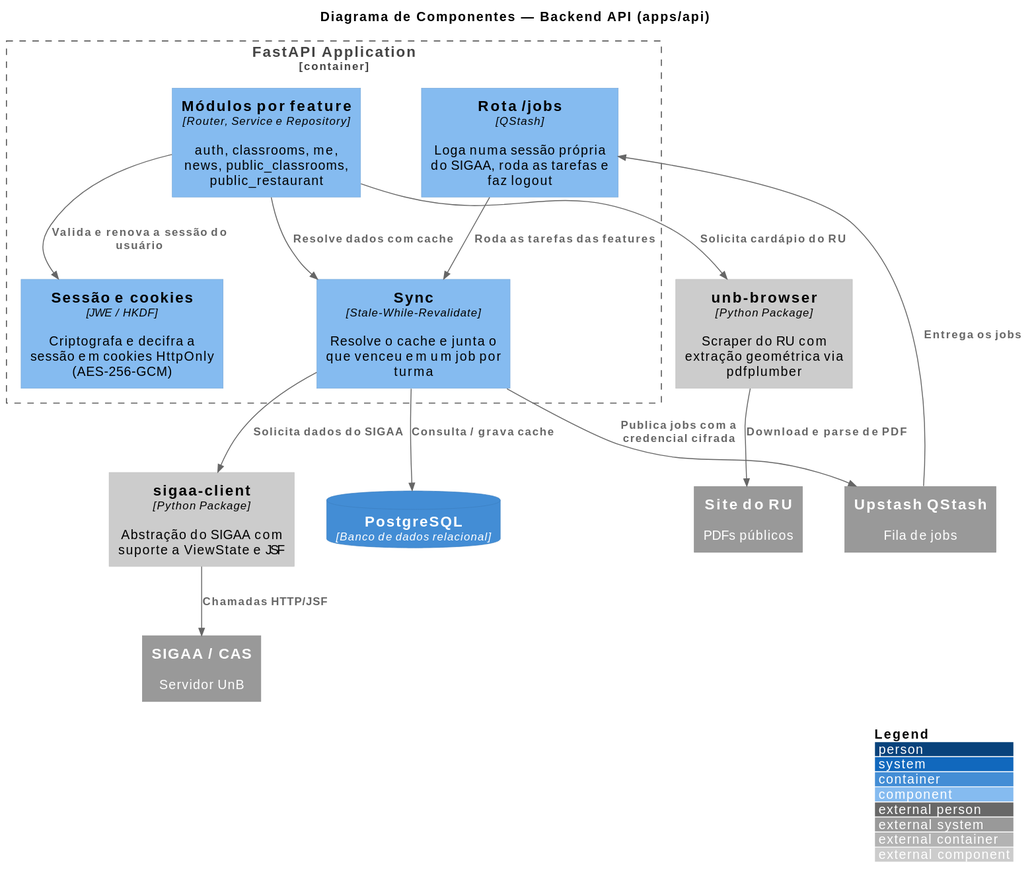
Above: docs/assets/components_backend.svg in unb-mds/2026-2-Followw (PlantUML), before the change.
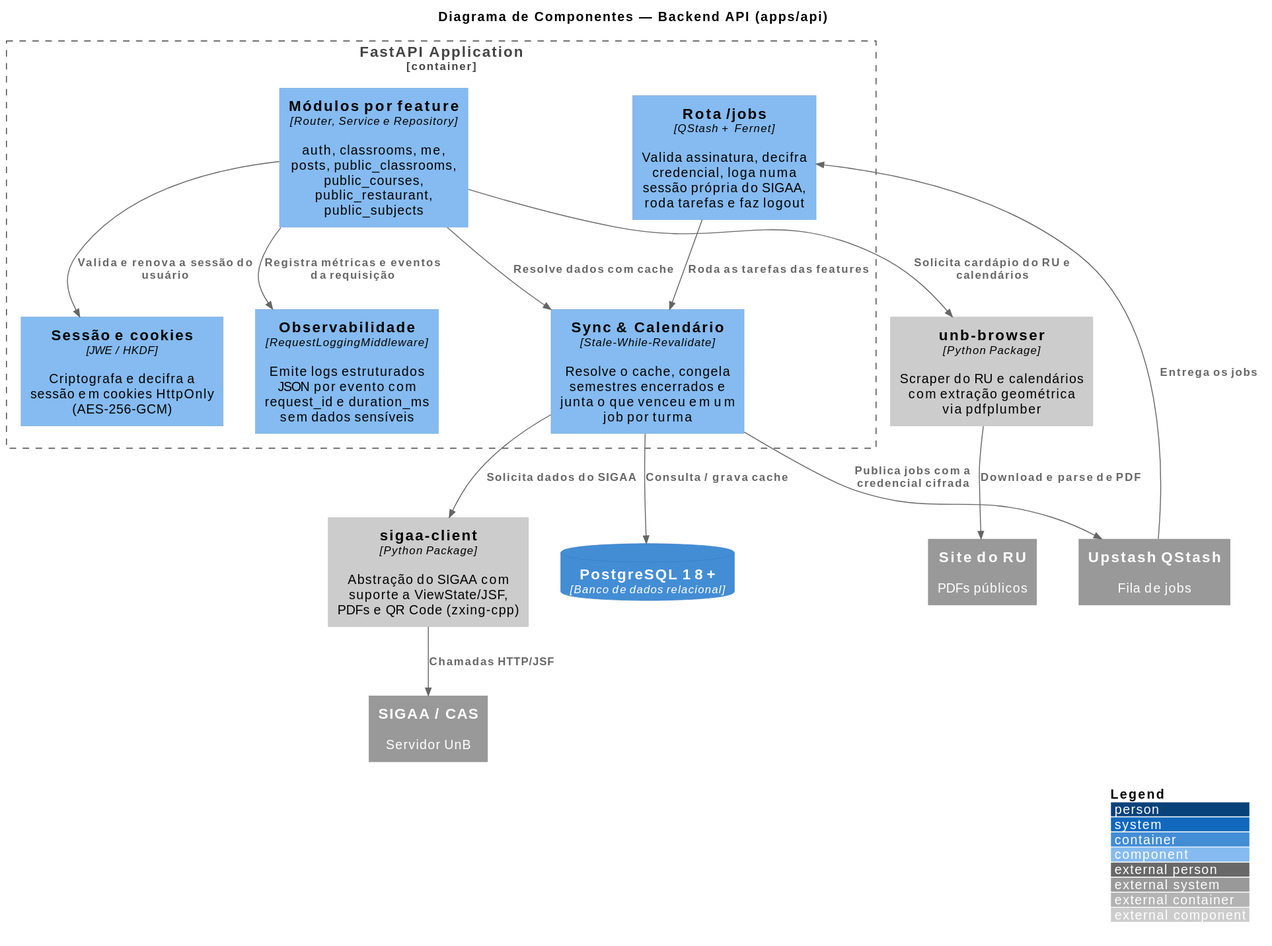
After the commit.

Diff of the diagram source:
```diff
@@ -6,28 +6,30 @@
 title Diagrama de Componentes — Backend API (apps/api)
 
 Container_Boundary(api_boundary, "FastAPI Application") {
-    Component(modules, "Módulos por feature", "Router, Service e Repository", "auth, classrooms, me, news, public_classrooms, public_restaurant")
+    Component(modules, "Módulos por feature", "Router, Service e Repository", "auth, classrooms, me, posts, public_classrooms, public_courses, public_restaurant, public_subjects")
     Component(session, "Sessão e cookies", "JWE / HKDF", "Criptografa e decifra a sessão em cookies HttpOnly (AES-256-GCM)")
-    Component(sync, "Sync", "Stale-While-Revalidate", "Resolve o cache e junta o que venceu em um job por turma")
-    Component(jobs, "Rota /jobs", "QStash", "Loga numa sessão própria do SIGAA, roda as tarefas e faz logout")
+    Component(sync, "Sync & Calendário", "Stale-While-Revalidate", "Resolve o cache, congela semestres encerrados e junta o que venceu em um job por turma")
+    Component(jobs, "Rota /jobs", "QStash + Fernet", "Valida assinatura, decifra credencial, loga numa sessão própria do SIGAA, roda tarefas e faz logout")
+    Component(logger, "Observabilidade", "RequestLoggingMiddleware", "Emite logs estruturados JSON por evento com request_id e duration_ms sem dados sensíveis")
 }
 
-Component_Ext(sigaa_client, "sigaa-client", "Python Package", "Abstração do SIGAA com suporte a ViewState e JSF")
-Component_Ext(unb_browser, "unb-browser", "Python Package", "Scraper do RU com extração geométrica via pdfplumber")
+Component_Ext(sigaa_client, "sigaa-client", "Python Package", "Abstração do SIGAA com suporte a ViewState/JSF, PDFs e QR Code (zxing-cpp)")
+Component_Ext(unb_browser, "unb-browser", "Python Package", "Scraper do RU e calendários com extração geométrica via pdfplumber")
 
-ContainerDb(db, "PostgreSQL", "Banco de dados relacional")
+ContainerDb(db, "PostgreSQL 18+", "Banco de dados relacional")
 System_Ext(qstash, "Upstash QStash", "Fila de jobs")
 System_Ext(sigaa, "SIGAA / CAS", "Servidor UnB")
 System_Ext(ru_site, "Site do RU", "PDFs públicos")
 
 Rel(modules, session, "Valida e renova a sessão do usuário")
 Rel(modules, sync, "Resolve dados com cache")
+Rel(modules, logger, "Registra métricas e eventos da requisição")
 Rel(sync, db, "Consulta / grava cache")
 Rel(sync, qstash, "Publica jobs com a credencial cifrada")
 Rel(qstash, jobs, "Entrega os jobs")
 Rel(jobs, sync, "Roda as tarefas das features")
 Rel(sync, sigaa_client, "Solicita dados do SIGAA")
-Rel(modules, unb_browser, "Solicita cardápio do RU")
+Rel(modules, unb_browser, "Solicita cardápio do RU e calendários")
 Rel(sigaa_client, sigaa, "Chamadas HTTP/JSF")
 Rel(unb_browser, ru_site, "Download e parse de PDF")
 @enduml
```
